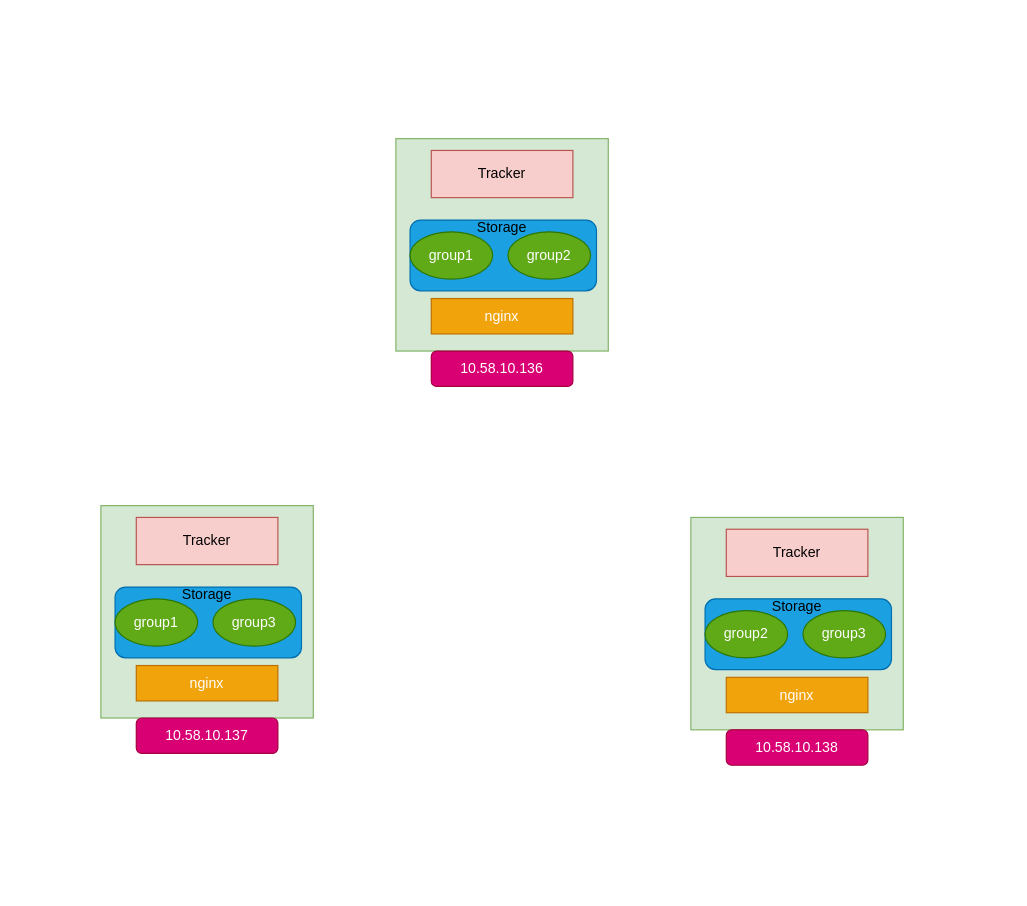
Above: 高可用Fastdfs将结构图.drawio in gumuqi/draw.io (draw.io), before the change. Source tidied: cells renumbered, new cells numbered last; positions are measured from the earlier drawing's top-left corner, leaving out a move shared by most shapes. Both pictures are drawn from the tidied source at 118%, with x=0, y=0 at pixel (100, 138).
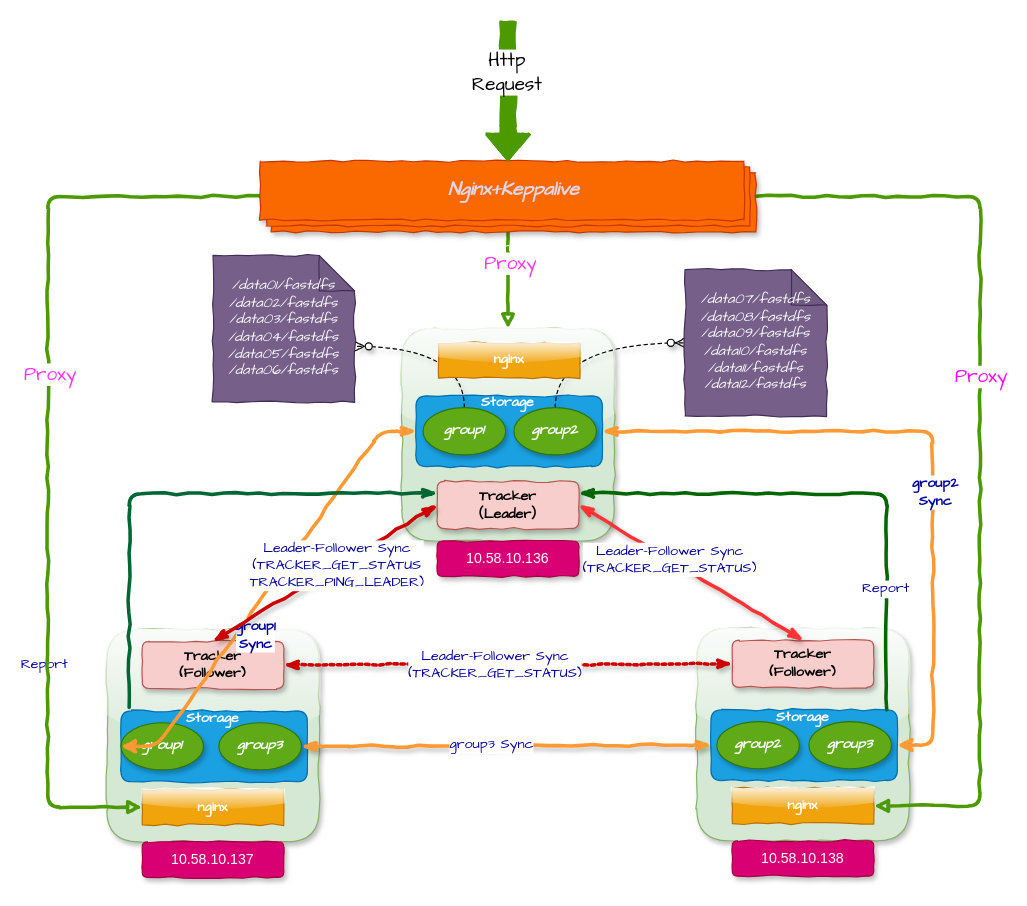
Above is the later version.

Commit message:
更新高可用Fastdfs将结构图.drawio

Diff of the diagram source:
```diff
@@
-    <mxCell id="2" style="whiteSpace=wrap;html=1;fillColor=#d5e8d4;strokeColor=#82b366;" parent="1" vertex="1">
-      <mxGeometry x="250" width="180" height="180" as="geometry" />
+    <mxCell id="2" style="whiteSpace=wrap;html=1;fillColor=#d5e8d4;strokeColor=#82b366;rounded=1;shadow=1;comic=1;glass=1;" parent="1" vertex="1">
+      <mxGeometry x="255" y="161" width="180" height="180" as="geometry" />
     </mxCell>
-    <mxCell id="3" style="rounded=1;whiteSpace=wrap;html=1;fillColor=#1ba1e2;strokeColor=#006EAF;fontColor=#ffffff;" parent="1" vertex="1">
-      <mxGeometry x="262" y="69" width="158" height="60" as="geometry" />
+    <mxCell id="3" style="rounded=1;whiteSpace=wrap;html=1;fillColor=#1ba1e2;strokeColor=#006EAF;fontColor=#ffffff;comic=1;" parent="1" vertex="1">
+      <mxGeometry x="267" y="218" width="158" height="60" as="geometry" />
     </mxCell>
-    <mxCell id="4" value="10.58.10.136" style="rounded=1;whiteSpace=wrap;html=1;fillColor=#d80073;strokeColor=#A50040;fontColor=#ffffff;" parent="1" vertex="1">
-      <mxGeometry x="280" y="180" width="120" height="30" as="geometry" />
+    <mxCell id="4" value="10.58.10.136" style="rounded=1;whiteSpace=wrap;html=1;fillColor=#d80073;strokeColor=#A50040;fontColor=#ffffff;shadow=1;comic=1;" parent="1" vertex="1">
+      <mxGeometry x="285" y="341" width="120" height="30" as="geometry" />
     </mxCell>
-    <mxCell id="5" value="Tracker" style="rounded=0;whiteSpace=wrap;html=1;fillColor=#f8cecc;strokeColor=#b85450;" parent="1" vertex="1">
-      <mxGeometry x="280" y="10" width="120" height="40" as="geometry" />
+    <mxCell id="5" value="Tracker&lt;br&gt;（Leader）&lt;br&gt;" style="rounded=1;whiteSpace=wrap;html=1;fillColor=#f8cecc;strokeColor=#b85450;shadow=1;comic=1;fontStyle=1;fontFamily=Comic Sans MS;" parent="1" vertex="1">
+      <mxGeometry x="285" y="290.5" width="120" height="40" as="geometry" />
     </mxCell>
+    <mxCell id="26" style="rounded=0;jettySize=auto;html=1;exitX=0.5;exitY=0;exitDx=0;exitDy=0;entryX=0;entryY=0;entryDx=120;entryDy=77;entryPerimeter=0;fontFamily=Comic Sans MS;edgeStyle=orthogonalEdgeStyle;curved=1;dashed=1;endArrow=ERzeroToMany;endFill=1;shadow=1;comic=1;" parent="1" edge="1" source="6" target="29">
+      <mxGeometry relative="1" as="geometry" />
+    </mxCell>
-    <mxCell id="6" value="group1" style="ellipse;whiteSpace=wrap;html=1;fillColor=#60a917;strokeColor=#2D7600;fontColor=#ffffff;" parent="1" vertex="1">
-      <mxGeometry x="262" y="79" width="70" height="40" as="geometry" />
+    <mxCell id="6" value="group1" style="ellipse;whiteSpace=wrap;html=1;fillColor=#60a917;strokeColor=#2D7600;fontColor=#ffffff;shadow=1;fontStyle=3;fontFamily=Comic Sans MS;" parent="1" vertex="1">
+      <mxGeometry x="273" y="228" width="70" height="40" as="geometry" />
     </mxCell>
+    <mxCell id="27" style="rounded=0;jettySize=auto;html=1;entryX=0;entryY=0.5;entryDx=0;entryDy=0;entryPerimeter=0;fontFamily=Comic Sans MS;exitX=0.5;exitY=0;exitDx=0;exitDy=0;edgeStyle=orthogonalEdgeStyle;curved=1;dashed=1;startArrow=none;startFill=0;endArrow=ERzeroToMany;endFill=1;comic=1;shadow=1;" parent="1" edge="1" source="7" target="28">
+      <mxGeometry relative="1" as="geometry" />
+    </mxCell>
-    <mxCell id="7" value="group2" style="ellipse;whiteSpace=wrap;html=1;fillColor=#60a917;strokeColor=#2D7600;fontColor=#ffffff;" parent="1" vertex="1">
-      <mxGeometry x="345" y="79" width="70" height="40" as="geometry" />
+    <mxCell id="7" value="group2" style="ellipse;whiteSpace=wrap;html=1;fillColor=#60a917;strokeColor=#2D7600;fontColor=#ffffff;shadow=1;fontStyle=3;fontFamily=Comic Sans MS;" parent="1" vertex="1">
+      <mxGeometry x="350" y="228" width="70" height="40" as="geometry" />
     </mxCell>
-    <mxCell id="8" value="Storage" style="text;html=1;strokeColor=none;fillColor=none;align=center;verticalAlign=middle;whiteSpace=wrap;rounded=0;" parent="1" vertex="1">
-      <mxGeometry x="320" y="66" width="40" height="20" as="geometry" />
+    <mxCell id="8" value="&lt;font color=&quot;#ffffff&quot;&gt;Storage&lt;/font&gt;" style="text;html=1;strokeColor=none;fillColor=none;align=center;verticalAlign=middle;whiteSpace=wrap;rounded=0;fontFamily=Comic Sans MS;fontStyle=1;" parent="1" vertex="1">
+      <mxGeometry x="325" y="214" width="40" height="20" as="geometry" />
     </mxCell>
-    <mxCell id="9" value="nginx" style="rounded=0;whiteSpace=wrap;html=1;fillColor=#f0a30a;strokeColor=#BD7000;fontColor=#ffffff;" parent="1" vertex="1">
-      <mxGeometry x="280" y="135.5" width="120" height="30" as="geometry" />
+    <mxCell id="9" value="nginx" style="rounded=0;whiteSpace=wrap;html=1;fillColor=#f0a30a;strokeColor=#BD7000;fontColor=#ffffff;fontFamily=Comic Sans MS;fontStyle=1;comic=1;glass=1;" parent="1" vertex="1">
+      <mxGeometry x="286" y="173" width="120" height="30" as="geometry" />
     </mxCell>
-    <mxCell id="10" style="whiteSpace=wrap;html=1;fillColor=#d5e8d4;strokeColor=#82b366;" parent="1" vertex="1">
-      <mxGeometry y="311" width="180" height="180" as="geometry" />
+    <mxCell id="10" style="whiteSpace=wrap;html=1;fillColor=#d5e8d4;strokeColor=#82b366;rounded=1;glass=1;shadow=1;comic=1;" parent="1" vertex="1">
+      <mxGeometry x="5" y="416" width="180" height="180" as="geometry" />
     </mxCell>
-    <mxCell id="11" style="rounded=1;whiteSpace=wrap;html=1;fillColor=#1ba1e2;strokeColor=#006EAF;fontColor=#ffffff;" parent="1" vertex="1">
-      <mxGeometry x="12" y="380" width="158" height="60" as="geometry" />
+    <mxCell id="11" style="rounded=1;whiteSpace=wrap;html=1;fillColor=#1ba1e2;strokeColor=#006EAF;fontColor=#ffffff;comic=1;" parent="1" vertex="1">
+      <mxGeometry x="17" y="485" width="158" height="60" as="geometry" />
     </mxCell>
-    <mxCell id="12" value="10.58.10.137" style="rounded=1;whiteSpace=wrap;html=1;fillColor=#d80073;strokeColor=#A50040;fontColor=#ffffff;" parent="1" vertex="1">
-      <mxGeometry x="30" y="491" width="120" height="30" as="geometry" />
+    <mxCell id="12" value="10.58.10.137" style="rounded=1;whiteSpace=wrap;html=1;fillColor=#d80073;strokeColor=#A50040;fontColor=#ffffff;comic=1;shadow=1;" parent="1" vertex="1">
+      <mxGeometry x="35" y="596" width="120" height="30" as="geometry" />
     </mxCell>
-    <mxCell id="13" value="Tracker" style="rounded=0;whiteSpace=wrap;html=1;fillColor=#f8cecc;strokeColor=#b85450;" parent="1" vertex="1">
-      <mxGeometry x="30" y="321" width="120" height="40" as="geometry" />
+    <mxCell id="13" value="Tracker&lt;br&gt;(Follower)&lt;br&gt;" style="rounded=1;whiteSpace=wrap;html=1;fillColor=#f8cecc;strokeColor=#b85450;shadow=1;comic=1;portConstraintRotation=1;fontStyle=1;fontFamily=Comic Sans MS;" parent="1" vertex="1">
+      <mxGeometry x="35" y="426" width="120" height="40" as="geometry" />
     </mxCell>
-    <mxCell id="14" value="group1" style="ellipse;whiteSpace=wrap;html=1;fillColor=#60a917;strokeColor=#2D7600;fontColor=#ffffff;" parent="1" vertex="1">
-      <mxGeometry x="12" y="390" width="70" height="40" as="geometry" />
+    <mxCell id="14" value="group1" style="ellipse;whiteSpace=wrap;html=1;fillColor=#60a917;strokeColor=#2D7600;fontColor=#ffffff;shadow=1;fontFamily=Comic Sans MS;fontStyle=3;" parent="1" vertex="1">
+      <mxGeometry x="17" y="495" width="70" height="40" as="geometry" />
     </mxCell>
-    <mxCell id="15" value="group3" style="ellipse;whiteSpace=wrap;html=1;fillColor=#60a917;strokeColor=#2D7600;fontColor=#ffffff;" parent="1" vertex="1">
-      <mxGeometry x="95" y="390" width="70" height="40" as="geometry" />
+    <mxCell id="15" value="group3" style="ellipse;whiteSpace=wrap;html=1;fillColor=#60a917;strokeColor=#2D7600;fontColor=#ffffff;shadow=1;fontFamily=Comic Sans MS;fontStyle=3;" parent="1" vertex="1">
+      <mxGeometry x="100" y="495" width="70" height="40" as="geometry" />
     </mxCell>
-    <mxCell id="16" value="Storage" style="text;html=1;strokeColor=none;fillColor=none;align=center;verticalAlign=middle;whiteSpace=wrap;rounded=0;" parent="1" vertex="1">
-      <mxGeometry x="70" y="377" width="40" height="20" as="geometry" />
+    <mxCell id="16" value="&lt;font color=&quot;#ffffff&quot;&gt;Storage&lt;/font&gt;" style="text;html=1;strokeColor=none;fillColor=none;align=center;verticalAlign=middle;whiteSpace=wrap;rounded=0;fontFamily=Comic Sans MS;fontStyle=1;" parent="1" vertex="1">
+      <mxGeometry x="75" y="482" width="40" height="20" as="geometry" />
     </mxCell>
-    <mxCell id="17" value="nginx" style="rounded=0;whiteSpace=wrap;html=1;fillColor=#f0a30a;strokeColor=#BD7000;fontColor=#ffffff;" parent="1" vertex="1">
-      <mxGeometry x="30" y="446.5" width="120" height="30" as="geometry" />
+    <mxCell id="17" value="nginx" style="rounded=0;whiteSpace=wrap;html=1;fillColor=#f0a30a;strokeColor=#BD7000;fontColor=#ffffff;fontFamily=Comic Sans MS;fontStyle=1;comic=1;shadow=0;glass=1;" parent="1" vertex="1">
+      <mxGeometry x="35" y="551.5" width="120" height="30" as="geometry" />
     </mxCell>
-    <mxCell id="18" style="whiteSpace=wrap;html=1;fillColor=#d5e8d4;strokeColor=#82b366;" parent="1" vertex="1">
-      <mxGeometry x="500" y="321" width="180" height="180" as="geometry" />
+    <mxCell id="18" style="whiteSpace=wrap;html=1;fillColor=#d5e8d4;strokeColor=#82b366;rounded=1;shadow=1;comic=1;glass=1;" parent="1" vertex="1">
+      <mxGeometry x="505" y="415" width="180" height="180" as="geometry" />
     </mxCell>
-    <mxCell id="19" style="rounded=1;whiteSpace=wrap;html=1;fillColor=#1ba1e2;strokeColor=#006EAF;fontColor=#ffffff;" parent="1" vertex="1">
-      <mxGeometry x="512" y="390" width="158" height="60" as="geometry" />
+    <mxCell id="19" style="rounded=1;whiteSpace=wrap;html=1;fillColor=#1ba1e2;strokeColor=#006EAF;fontColor=#ffffff;comic=1;" parent="1" vertex="1">
+      <mxGeometry x="517" y="484" width="158" height="60" as="geometry" />
     </mxCell>
-    <mxCell id="20" value="10.58.10.138" style="rounded=1;whiteSpace=wrap;html=1;fillColor=#d80073;strokeColor=#A50040;fontColor=#ffffff;" parent="1" vertex="1">
-      <mxGeometry x="530" y="501" width="120" height="30" as="geometry" />
+    <mxCell id="20" value="10.58.10.138" style="rounded=1;whiteSpace=wrap;html=1;fillColor=#d80073;strokeColor=#A50040;fontColor=#ffffff;shadow=1;comic=1;" parent="1" vertex="1">
+      <mxGeometry x="535" y="595" width="120" height="30" as="geometry" />
     </mxCell>
-    <mxCell id="21" value="Tracker" style="rounded=0;whiteSpace=wrap;html=1;fillColor=#f8cecc;strokeColor=#b85450;" parent="1" vertex="1">
-      <mxGeometry x="530" y="331" width="120" height="40" as="geometry" />
+    <mxCell id="21" value="Tracker&lt;br&gt;(Follower)&lt;br&gt;" style="rounded=1;whiteSpace=wrap;html=1;fillColor=#f8cecc;strokeColor=#b85450;shadow=1;comic=1;fontStyle=1;fontFamily=Comic Sans MS;" parent="1" vertex="1">
+      <mxGeometry x="535" y="425" width="120" height="40" as="geometry" />
     </mxCell>
-    <mxCell id="22" value="group2" style="ellipse;whiteSpace=wrap;html=1;fillColor=#60a917;strokeColor=#2D7600;fontColor=#ffffff;" parent="1" vertex="1">
-      <mxGeometry x="512" y="400" width="70" height="40" as="geometry" />
+    <mxCell id="22" value="group2" style="ellipse;whiteSpace=wrap;html=1;fillColor=#60a917;strokeColor=#2D7600;fontColor=#ffffff;shadow=1;fontFamily=Comic Sans MS;fontStyle=3;" parent="1" vertex="1">
+      <mxGeometry x="522" y="494" width="70" height="40" as="geometry" />
     </mxCell>
-    <mxCell id="23" value="group3" style="ellipse;whiteSpace=wrap;html=1;fillColor=#60a917;strokeColor=#2D7600;fontColor=#ffffff;" parent="1" vertex="1">
-      <mxGeometry x="595" y="400" width="70" height="40" as="geometry" />
+    <mxCell id="23" value="group3" style="ellipse;whiteSpace=wrap;html=1;fillColor=#60a917;strokeColor=#2D7600;fontColor=#ffffff;shadow=1;fontFamily=Comic Sans MS;fontStyle=3;" parent="1" vertex="1">
+      <mxGeometry x="600" y="494" width="70" height="40" as="geometry" />
     </mxCell>
-    <mxCell id="24" value="Storage" style="text;html=1;strokeColor=none;fillColor=none;align=center;verticalAlign=middle;whiteSpace=wrap;rounded=0;" parent="1" vertex="1">
-      <mxGeometry x="570" y="387" width="40" height="20" as="geometry" />
+    <mxCell id="24" value="&lt;font color=&quot;#ffffff&quot;&gt;Storage&lt;/font&gt;" style="text;html=1;strokeColor=none;fillColor=none;align=center;verticalAlign=middle;whiteSpace=wrap;rounded=0;fontFamily=Comic Sans MS;fontStyle=1;" parent="1" vertex="1">
+      <mxGeometry x="575" y="481" width="40" height="20" as="geometry" />
     </mxCell>
-    <mxCell id="25" value="nginx" style="rounded=0;whiteSpace=wrap;html=1;fillColor=#f0a30a;strokeColor=#BD7000;fontColor=#ffffff;" parent="1" vertex="1">
-      <mxGeometry x="530" y="456.5" width="120" height="30" as="geometry" />
+    <mxCell id="25" value="nginx" style="rounded=0;whiteSpace=wrap;html=1;fillColor=#f0a30a;strokeColor=#BD7000;fontColor=#ffffff;fontFamily=Comic Sans MS;fontStyle=1;comic=1;glass=1;" parent="1" vertex="1">
+      <mxGeometry x="535" y="550.5" width="120" height="30" as="geometry" />
     </mxCell>
+    <mxCell id="28" value="/data07/fastdfs&lt;br&gt;/data08/fastdfs&lt;br&gt;/data09/fastdfs&lt;br&gt;/data10/fastdfs&lt;br&gt;/data11/fastdfs&lt;br&gt;/data12/fastdfs&lt;br&gt;" style="shape=note;whiteSpace=wrap;html=1;backgroundOutline=1;darkOpacity=0.05;fillColor=#76608a;strokeColor=#432D57;fontColor=#ffffff;fontFamily=Comic Sans MS;fontStyle=2;align=center;comic=1;" parent="1" vertex="1">
+      <mxGeometry x="495" y="111" width="120" height="124" as="geometry" />
+    </mxCell>
+    <mxCell id="29" value="/data01/fastdfs&lt;br&gt;/data02/fastdfs&lt;br&gt;/data03/fastdfs&lt;br&gt;/data04/fastdfs&lt;br&gt;/data05/fastdfs&lt;br&gt;/data06/fastdfs&lt;br&gt;" style="shape=note;whiteSpace=wrap;html=1;backgroundOutline=1;darkOpacity=0.05;fillColor=#76608a;strokeColor=#432D57;fontColor=#ffffff;fontFamily=Comic Sans MS;fontStyle=2;align=center;comic=1;" parent="1" vertex="1">
+      <mxGeometry x="95" y="99" width="120" height="124" as="geometry" />
+    </mxCell>
+    <mxCell id="30" style="rounded=1;jettySize=auto;html=1;entryX=0;entryY=0.5;entryDx=0;entryDy=0;fontFamily=Comic Sans MS;fontColor=#000099;strokeWidth=3;strokeColor=#FF9933;comic=1;startArrow=classicThin;startFill=1;edgeStyle=entityRelationEdgeStyle;" parent="1" edge="1" source="3" target="14">
+      <mxGeometry relative="1" as="geometry" />
+    </mxCell>
+    <mxCell id="31" value="&lt;b&gt;group1&lt;br&gt;Sync&lt;/b&gt;" style="text;html=1;align=center;verticalAlign=middle;labelBackgroundColor=#ffffff;fontFamily=Comic Sans MS;fontColor=#000099;" parent="30" vertex="1">
+      <mxGeometry x="-0.08" relative="1" as="geometry">
+        <mxPoint x="-21" y="51.5" as="offset" />
+      </mxGeometry>
+    </mxCell>
+    <mxCell id="32" style="edgeStyle=elbowEdgeStyle;rounded=1;jettySize=auto;html=1;entryX=1;entryY=0.5;entryDx=0;entryDy=0;fontFamily=Comic Sans MS;exitX=1;exitY=0.5;exitDx=0;exitDy=0;strokeWidth=3;strokeColor=#FF9933;comic=1;startArrow=classicThin;startFill=1;" parent="1" edge="1" source="3" target="19">
+      <mxGeometry relative="1" as="geometry">
+        <Array as="points">
+          <mxPoint x="705" y="395" />
+        </Array>
+      </mxGeometry>
+    </mxCell>
+    <mxCell id="33" value="&lt;b&gt;group2&lt;br&gt;Sync&lt;/b&gt;" style="text;html=1;align=center;verticalAlign=middle;labelBackgroundColor=#ffffff;fontFamily=Comic Sans MS;fontColor=#000099;" parent="32" vertex="1">
+      <mxGeometry x="-0.1" relative="1" as="geometry">
+        <mxPoint x="22" y="51.5" as="offset" />
+      </mxGeometry>
+    </mxCell>
+    <mxCell id="34" style="edgeStyle=entityRelationEdgeStyle;rounded=1;comic=1;jettySize=auto;html=1;shadow=1;startArrow=classicThin;startFill=1;endArrow=classicThin;endFill=1;strokeColor=#FF9933;strokeWidth=3;fontFamily=Comic Sans MS;fontColor=#000099;" parent="1" edge="1" source="15" target="19">
+      <mxGeometry relative="1" as="geometry" />
+    </mxCell>
+    <mxCell id="35" value="group3 Sync" style="text;html=1;align=center;verticalAlign=middle;labelBackgroundColor=#ffffff;fontFamily=Comic Sans MS;fontColor=#000099;" parent="34" vertex="1">
+      <mxGeometry x="-0.07" y="1" relative="1" as="geometry" />
+    </mxCell>
+    <mxCell id="36" style="rounded=1;comic=1;jettySize=auto;html=1;exitX=0;exitY=0.5;exitDx=0;exitDy=0;entryX=0.5;entryY=0;entryDx=0;entryDy=0;shadow=1;startArrow=classicThin;startFill=1;endArrow=classicThin;endFill=1;strokeColor=#CC0000;strokeWidth=3;fontFamily=Comic Sans MS;fontColor=#000099;" parent="1" edge="1" source="5" target="13">
+      <mxGeometry relative="1" as="geometry" />
+    </mxCell>
+    <mxCell id="37" value="Leader-Follower Sync&lt;br&gt;(&lt;span&gt;TRACKER_GET_STATUS&lt;br&gt;&lt;/span&gt;&lt;span&gt;TRACKER_PING_LEADER&lt;/span&gt;)&lt;br&gt;" style="text;html=1;align=center;verticalAlign=middle;labelBackgroundColor=#ffffff;fontFamily=Comic Sans MS;fontColor=#000099;" parent="36" vertex="1">
+      <mxGeometry x="-0.11" y="-1" relative="1" as="geometry" />
+    </mxCell>
+    <mxCell id="38" style="rounded=1;comic=1;jettySize=auto;html=1;exitX=1;exitY=0.5;exitDx=0;exitDy=0;entryX=0.5;entryY=0;entryDx=0;entryDy=0;shadow=1;startArrow=classicThin;startFill=1;endArrow=classicThin;endFill=1;strokeColor=#FF3333;strokeWidth=3;fontFamily=Comic Sans MS;fontColor=#000099;" parent="1" edge="1" source="5" target="21">
+      <mxGeometry relative="1" as="geometry" />
+    </mxCell>
+    <mxCell id="39" value="Leader-Follower Sync&lt;br&gt;(&lt;span&gt;TRACKER_GET_STATUS&lt;/span&gt;)&lt;br&gt;" style="text;html=1;align=center;verticalAlign=middle;labelBackgroundColor=#ffffff;fontFamily=Comic Sans MS;fontColor=#000099;" parent="38" vertex="1">
+      <mxGeometry x="-0.2" relative="1" as="geometry" />
+    </mxCell>
+    <mxCell id="40" style="rounded=1;comic=1;jettySize=auto;html=1;exitX=1;exitY=0.5;exitDx=0;exitDy=0;entryX=0;entryY=0.5;entryDx=0;entryDy=0;shadow=1;startArrow=classicThin;startFill=1;endArrow=classicThin;endFill=1;strokeColor=#CC0000;strokeWidth=3;fontFamily=Comic Sans MS;fontColor=#000099;dashed=1;dashPattern=1 1;" parent="1" edge="1" source="13" target="21">
+      <mxGeometry relative="1" as="geometry" />
+    </mxCell>
+    <mxCell id="41" value="Leader-Follower Sync&lt;br&gt;(&lt;span&gt;TRACKER_GET_STATUS&lt;/span&gt;)&lt;br&gt;" style="text;html=1;align=center;verticalAlign=middle;labelBackgroundColor=#ffffff;fontFamily=Comic Sans MS;fontColor=#000099;" parent="40" vertex="1">
+      <mxGeometry x="-0.06" relative="1" as="geometry" />
+    </mxCell>
+    <mxCell id="42" style="edgeStyle=elbowEdgeStyle;rounded=1;comic=1;jettySize=auto;html=1;exitX=0;exitY=0.25;exitDx=0;exitDy=0;shadow=0;startArrow=classicThin;startFill=1;endArrow=none;endFill=0;strokeColor=#006633;strokeWidth=3;fontFamily=Comic Sans MS;fontColor=#000099;elbow=vertical;entryX=0.044;entryY=-0.05;entryDx=0;entryDy=0;entryPerimeter=0;" parent="1" edge="1" source="5" target="11">
+      <mxGeometry relative="1" as="geometry">
+        <Array as="points">
+          <mxPoint x="145" y="301" />
+          <mxPoint x="5" y="340" />
+          <mxPoint x="115" y="301" />
+          <mxPoint x="235" y="301" />
+          <mxPoint x="125" y="311" />
+        </Array>
+      </mxGeometry>
+    </mxCell>
+    <mxCell id="43" value="Report" style="text;html=1;align=center;verticalAlign=middle;labelBackgroundColor=#ffffff;fontFamily=Comic Sans MS;fontColor=#000099;" parent="42" vertex="1">
+      <mxGeometry x="0.18" y="72" relative="1" as="geometry">
+        <mxPoint x="-73" y="72" as="offset" />
+      </mxGeometry>
+    </mxCell>
+    <mxCell id="44" style="edgeStyle=elbowEdgeStyle;rounded=1;comic=1;jettySize=auto;elbow=vertical;html=1;exitX=1;exitY=0.25;exitDx=0;exitDy=0;entryX=0.943;entryY=0;entryDx=0;entryDy=0;shadow=0;startArrow=classicThin;startFill=1;endArrow=none;endFill=0;strokeColor=#006600;strokeWidth=3;fontFamily=Comic Sans MS;fontColor=#000099;entryPerimeter=0;" parent="1" edge="1" source="5" target="19">
+      <mxGeometry relative="1" as="geometry">
+        <Array as="points">
+          <mxPoint x="575" y="301" />
+        </Array>
+      </mxGeometry>
+    </mxCell>
+    <mxCell id="45" value="Report" style="text;html=1;align=center;verticalAlign=middle;labelBackgroundColor=#ffffff;fontFamily=Comic Sans MS;fontColor=#000099;" parent="44" vertex="1">
+      <mxGeometry x="0.17" y="-80" relative="1" as="geometry" />
+    </mxCell>
+    <mxCell id="46" style="edgeStyle=elbowEdgeStyle;rounded=1;comic=1;jettySize=auto;elbow=horizontal;html=1;shadow=0;startArrow=none;startFill=0;endArrow=block;endFill=0;strokeColor=#4D9900;strokeWidth=3;fontFamily=Comic Sans MS;fontSize=16;fontColor=#E1D5E7;" parent="1" edge="1" source="52" target="2">
+      <mxGeometry relative="1" as="geometry" />
+    </mxCell>
+    <mxCell id="47" value="Proxy" style="text;html=1;align=center;verticalAlign=middle;labelBackgroundColor=#ffffff;fontSize=16;fontFamily=Comic Sans MS;fontColor=#FF33FF;" parent="46" vertex="1">
+      <mxGeometry y="15" relative="1" as="geometry">
+        <mxPoint x="-14" y="-15" as="offset" />
+      </mxGeometry>
+    </mxCell>
+    <mxCell id="48" style="edgeStyle=elbowEdgeStyle;rounded=1;comic=1;jettySize=auto;elbow=vertical;html=1;entryX=0;entryY=0.5;entryDx=0;entryDy=0;shadow=0;startArrow=none;startFill=0;endArrow=block;endFill=0;strokeColor=#4D9900;strokeWidth=3;fontFamily=Comic Sans MS;fontSize=16;fontColor=#E1D5E7;" parent="1" edge="1" source="52" target="17">
+      <mxGeometry relative="1" as="geometry">
+        <Array as="points">
+          <mxPoint x="-45" y="320" />
+        </Array>
+      </mxGeometry>
+    </mxCell>
+    <mxCell id="49" value="Proxy" style="text;html=1;align=center;verticalAlign=middle;labelBackgroundColor=#ffffff;fontSize=16;fontFamily=Comic Sans MS;fontColor=#FF33FF;" parent="48" vertex="1">
+      <mxGeometry x="-0.15" y="1" relative="1" as="geometry" />
+    </mxCell>
+    <mxCell id="50" style="edgeStyle=orthogonalEdgeStyle;rounded=1;comic=1;jettySize=auto;html=1;entryX=1;entryY=0.5;entryDx=0;entryDy=0;shadow=0;startArrow=none;startFill=0;endArrow=block;endFill=0;strokeColor=#4D9900;strokeWidth=3;fontFamily=Comic Sans MS;fontSize=16;fontColor=#E1D5E7;" parent="1" edge="1" source="52" target="25">
+      <mxGeometry relative="1" as="geometry">
+        <Array as="points">
+          <mxPoint x="745" y="49" />
+          <mxPoint x="745" y="566" />
+        </Array>
+      </mxGeometry>
+    </mxCell>
+    <mxCell id="51" value="&lt;font color=&quot;#ff00ff&quot;&gt;Proxy&lt;/font&gt;" style="text;html=1;align=center;verticalAlign=middle;labelBackgroundColor=#ffffff;fontSize=16;fontFamily=Comic Sans MS;fontColor=#E1D5E7;" parent="50" vertex="1">
+      <mxGeometry x="-0.06" y="-2" relative="1" as="geometry">
+        <mxPoint x="2" y="-32" as="offset" />
+      </mxGeometry>
+    </mxCell>
+    <mxCell id="52" value="nngi" style="verticalLabelPosition=bottom;verticalAlign=top;html=1;shape=mxgraph.basic.layered_rect;dx=10;outlineConnect=0;rounded=1;shadow=1;glass=1;comic=1;fontFamily=Comic Sans MS;fontColor=#ffffff;align=center;fillColor=#fa6800;strokeColor=#C73500;" parent="1" vertex="1">
+      <mxGeometry x="135" y="19" width="420" height="60" as="geometry" />
+    </mxCell>
+    <mxCell id="53" value="Nginx+Keppalive" style="text;html=1;strokeColor=none;fillColor=none;align=center;verticalAlign=middle;whiteSpace=wrap;rounded=0;shadow=0;glass=1;comic=1;fontFamily=Comic Sans MS;fontColor=#E1D5E7;fontStyle=3;fontSize=16;" parent="1" vertex="1">
+      <mxGeometry x="291" y="33" width="118" height="20" as="geometry" />
+    </mxCell>
+    <mxCell id="54" style="shape=flexArrow;endArrow=classic;html=1;shadow=0;strokeColor=#4D9900;strokeWidth=3;fontFamily=Comic Sans MS;fontSize=16;fontColor=#FF33FF;comic=1;fillColor=#4D9900;" parent="1" edge="1">
+      <mxGeometry relative="1" as="geometry">
+        <mxPoint x="345" y="-100" as="sourcePoint" />
+        <mxPoint x="345" y="19" as="targetPoint" />
+        <Array as="points">
+          <mxPoint x="345" y="-11" />
+        </Array>
+      </mxGeometry>
+    </mxCell>
+    <mxCell id="55" value="&lt;font color=&quot;#000000&quot;&gt;Http&lt;br&gt;Request&lt;/font&gt;" style="text;html=1;align=center;verticalAlign=middle;labelBackgroundColor=#ffffff;fontSize=16;fontFamily=Comic Sans MS;fontColor=#FF33FF;" parent="54" vertex="1">
+      <mxGeometry x="0.25" y="-31" relative="1" as="geometry">
+        <mxPoint x="29" y="-31" as="offset" />
+      </mxGeometry>
+    </mxCell>
```
